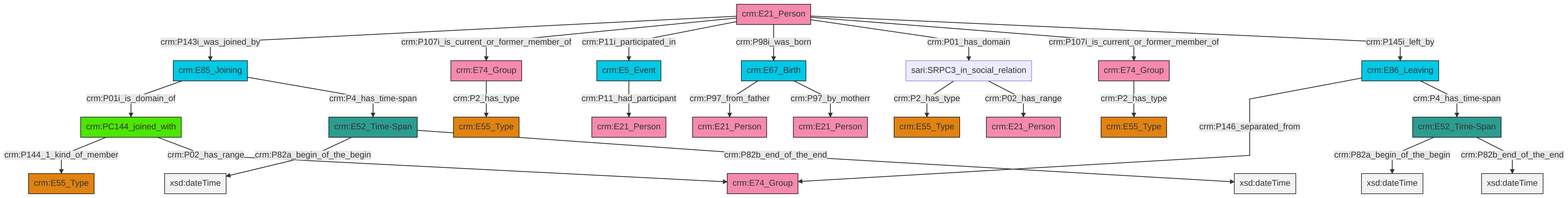
The Mermaid diagram et/personCSV/ttl/mmd/png/Person_Actor_Relations.png in swiss-art-research-net/reference-data-models, before a commit. Its source is kept beside it as et/personCSV/ttl/mmd/Person_Actor_Relations.ttl.mmd.
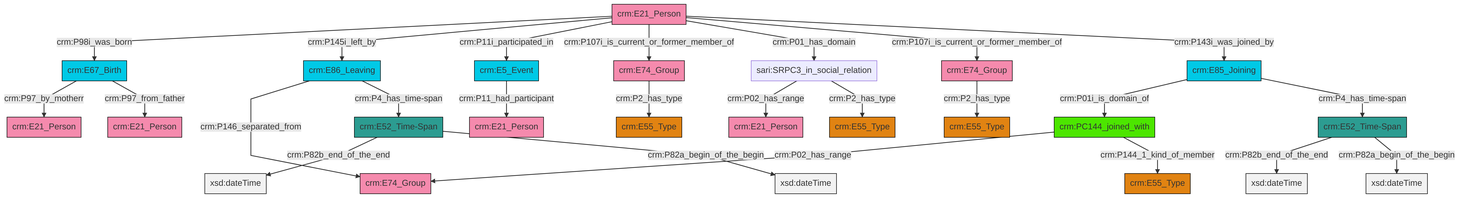
The same file after the commit.

What changed in the source:
```diff
@@ -13,27 +13,27 @@
 classDef PC_Classes fill:#4ce600, stroke:#000000;
 classDef Multi fill:#cccccc,stroke:#000000;
 
-0["crm:E74_Group"]:::Actor -->|crm:P2_has_type| 1["crm:E55_Type"]:::Type
-4["crm:E21_Person"]:::Actor -->|crm:P143i_was_joined_by| 5["crm:E85_Joining"]:::Temporal_Entity
-4["crm:E21_Person"]:::Actor -->|crm:P107i_is_current_or_former_member_of| 0["crm:E74_Group"]:::Actor
-19["crm:E86_Leaving"]:::Temporal_Entity -->|crm:P146_separated_from| 20["crm:E74_Group"]:::Actor
-4["crm:E21_Person"]:::Actor -->|crm:P11i_participated_in| 22["crm:E5_Event"]:::Temporal_Entity
-4["crm:E21_Person"]:::Actor -->|crm:P98i_was_born| 23["crm:E67_Birth"]:::Temporal_Entity
-23["crm:E67_Birth"]:::Temporal_Entity -->|crm:P97_from_father| 11["crm:E21_Person"]:::Actor
-26["sari:SRPC3_in_social_relation"]:::Default -->|crm:P2_has_type| 17["crm:E55_Type"]:::Type
-24["crm:E52_Time-Span"]:::Time-Span -->|crm:P82a_begin_of_the_begin| 28[xsd:dateTime]:::Literal
-19["crm:E86_Leaving"]:::Temporal_Entity -->|crm:P4_has_time-span| 15["crm:E52_Time-Span"]:::Time-Span
-26["sari:SRPC3_in_social_relation"]:::Default -->|crm:P02_has_range| 34["crm:E21_Person"]:::Actor
-4["crm:E21_Person"]:::Actor -->|crm:P01_has_domain| 26["sari:SRPC3_in_social_relation"]:::Default
-22["crm:E5_Event"]:::Temporal_Entity -->|crm:P11_had_participant| 6["crm:E21_Person"]:::Actor
-13["crm:E74_Group"]:::Actor -->|crm:P2_has_type| 31["crm:E55_Type"]:::Type
-5["crm:E85_Joining"]:::Temporal_Entity -->|crm:P01i_is_domain_of| 9["crm:PC144_joined_with"]:::PC_Classes
-9["crm:PC144_joined_with"]:::PC_Classes -->|crm:P144_1_kind_of_member| 37["crm:E55_Type"]:::Type
-9["crm:PC144_joined_with"]:::PC_Classes -->|crm:P02_has_range| 20["crm:E74_Group"]:::Actor
-23["crm:E67_Birth"]:::Temporal_Entity -->|crm:P97_by_motherr| 2["crm:E21_Person"]:::Actor
-24["crm:E52_Time-Span"]:::Time-Span -->|crm:P82b_end_of_the_end| 39[xsd:dateTime]:::Literal
-15["crm:E52_Time-Span"]:::Time-Span -->|crm:P82a_begin_of_the_begin| 42[xsd:dateTime]:::Literal
-15["crm:E52_Time-Span"]:::Time-Span -->|crm:P82b_end_of_the_end| 43[xsd:dateTime]:::Literal
-4["crm:E21_Person"]:::Actor -->|crm:P107i_is_current_or_former_member_of| 13["crm:E74_Group"]:::Actor
-5["crm:E85_Joining"]:::Temporal_Entity -->|crm:P4_has_time-span| 24["crm:E52_Time-Span"]:::Time-Span
-4["crm:E21_Person"]:::Actor -->|crm:P145i_left_by| 19["crm:E86_Leaving"]:::Temporal_Entity
+0["crm:E85_Joining"]:::Temporal_Entity -->|crm:P01i_is_domain_of| 1["crm:PC144_joined_with"]:::PC_Classes
+0["crm:E85_Joining"]:::Temporal_Entity -->|crm:P4_has_time-span| 2["crm:E52_Time-Span"]:::Time-Span
+1["crm:PC144_joined_with"]:::PC_Classes -->|crm:P02_has_range| 3["crm:E74_Group"]:::Actor
+1["crm:PC144_joined_with"]:::PC_Classes -->|crm:P144_1_kind_of_member| 4["crm:E55_Type"]:::Type
+2["crm:E52_Time-Span"]:::Time-Span -->|crm:P82b_end_of_the_end| 5[xsd:dateTime]:::Literal
+6["crm:E52_Time-Span"]:::Time-Span -->|crm:P82b_end_of_the_end| 7[xsd:dateTime]:::Literal
+11["crm:E21_Person"]:::Actor -->|crm:P98i_was_born| 12["crm:E67_Birth"]:::Temporal_Entity
+9["crm:E86_Leaving"]:::Temporal_Entity -->|crm:P146_separated_from| 3["crm:E74_Group"]:::Actor
+16["sari:SRPC3_in_social_relation"]:::Default -->|crm:P02_has_range| 17["crm:E21_Person"]:::Actor
+11["crm:E21_Person"]:::Actor -->|crm:P145i_left_by| 9["crm:E86_Leaving"]:::Temporal_Entity
+12["crm:E67_Birth"]:::Temporal_Entity -->|crm:P97_by_motherr| 13["crm:E21_Person"]:::Actor
+11["crm:E21_Person"]:::Actor -->|crm:P11i_participated_in| 26["crm:E5_Event"]:::Temporal_Entity
+31["crm:E74_Group"]:::Actor -->|crm:P2_has_type| 18["crm:E55_Type"]:::Type
+11["crm:E21_Person"]:::Actor -->|crm:P107i_is_current_or_former_member_of| 31["crm:E74_Group"]:::Actor
+9["crm:E86_Leaving"]:::Temporal_Entity -->|crm:P4_has_time-span| 6["crm:E52_Time-Span"]:::Time-Span
+11["crm:E21_Person"]:::Actor -->|crm:P01_has_domain| 16["sari:SRPC3_in_social_relation"]:::Default
+16["sari:SRPC3_in_social_relation"]:::Default -->|crm:P2_has_type| 34["crm:E55_Type"]:::Type
+6["crm:E52_Time-Span"]:::Time-Span -->|crm:P82a_begin_of_the_begin| 38[xsd:dateTime]:::Literal
+11["crm:E21_Person"]:::Actor -->|crm:P107i_is_current_or_former_member_of| 22["crm:E74_Group"]:::Actor
+26["crm:E5_Event"]:::Temporal_Entity -->|crm:P11_had_participant| 32["crm:E21_Person"]:::Actor
+22["crm:E74_Group"]:::Actor -->|crm:P2_has_type| 24["crm:E55_Type"]:::Type
+12["crm:E67_Birth"]:::Temporal_Entity -->|crm:P97_from_father| 27["crm:E21_Person"]:::Actor
+2["crm:E52_Time-Span"]:::Time-Span -->|crm:P82a_begin_of_the_begin| 45[xsd:dateTime]:::Literal
+11["crm:E21_Person"]:::Actor -->|crm:P143i_was_joined_by| 0["crm:E85_Joining"]:::Temporal_Entity
```
